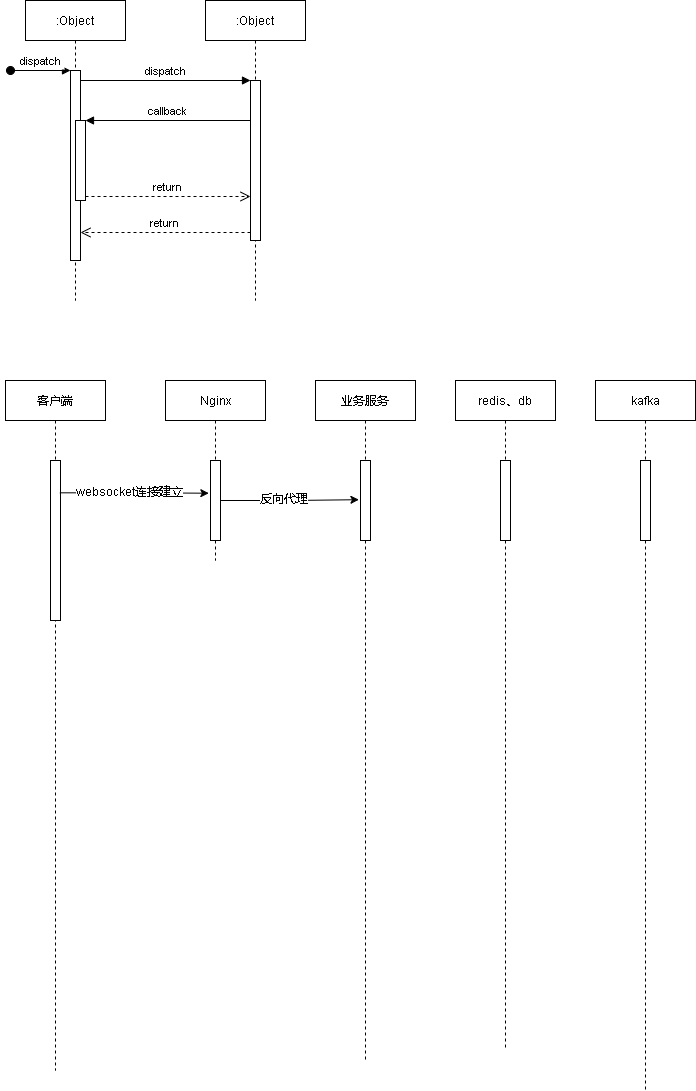
Before: cgopro关键业务.drawio.png, a diagram exported from draw.io (xktder/draw). Source tidied: cells renumbered, new cells last; positions are measured from the earlier drawing's top-left corner, leaving out a move shared by most shapes.
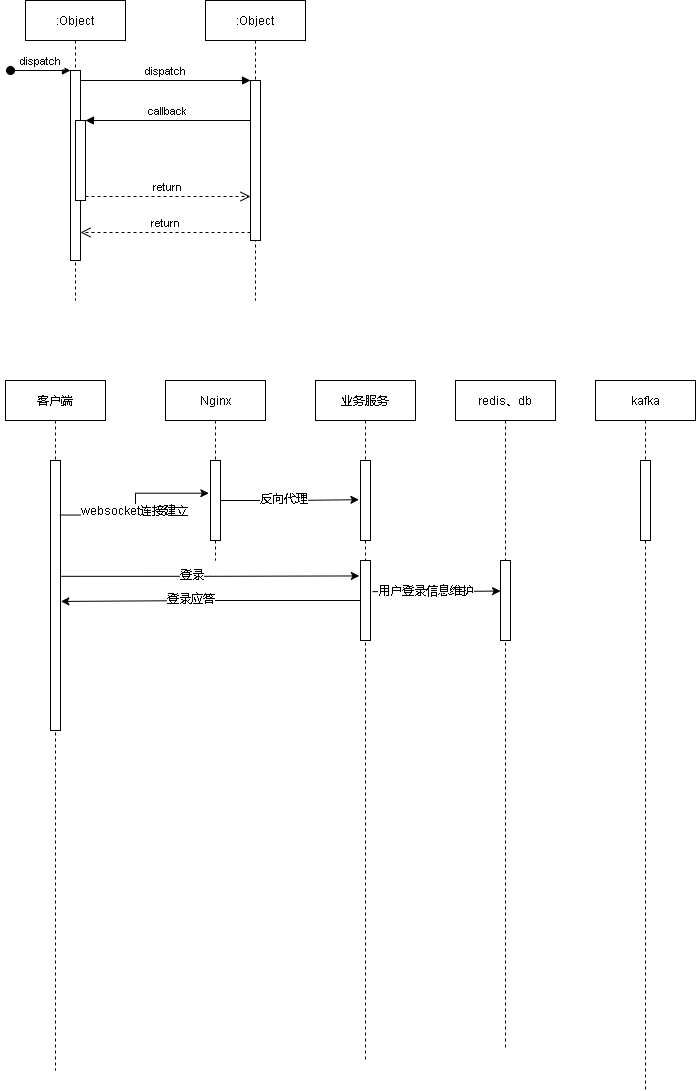
Above is the later version.

Commit message:
更新cgopro关键业务.drawio.png

The edit, as a diff of the source:
```diff
@@ -38,7 +38,7 @@
       <mxGeometry y="380" width="100" height="690" as="geometry" />
     </mxCell>
     <mxCell id="13" style="points=[];perimeter=orthogonalPerimeter;rounded=0;shadow=0;strokeWidth=1;" parent="12" vertex="1">
-      <mxGeometry x="45" y="80" width="10" height="160" as="geometry" />
+      <mxGeometry x="45" y="80" width="10" height="270" as="geometry" />
     </mxCell>
     <mxCell id="14" value="Nginx" style="shape=umlLifeline;perimeter=lifelinePerimeter;rounded=0;shadow=0;strokeWidth=1;" parent="1" vertex="1">
       <mxGeometry x="160" y="380" width="100" height="180" as="geometry" />
@@ -52,11 +52,14 @@
     <mxCell id="17" style="points=[];perimeter=orthogonalPerimeter;rounded=0;shadow=0;strokeWidth=1;" parent="16" vertex="1">
       <mxGeometry x="45" y="80" width="10" height="80" as="geometry" />
     </mxCell>
+    <mxCell id="26" style="points=[];perimeter=orthogonalPerimeter;rounded=0;shadow=0;strokeWidth=1;" parent="16" vertex="1">
+      <mxGeometry x="45" y="180" width="10" height="80" as="geometry" />
+    </mxCell>
     <mxCell id="18" value="redis、db" style="shape=umlLifeline;perimeter=lifelinePerimeter;rounded=0;shadow=0;strokeWidth=1;" parent="1" vertex="1">
       <mxGeometry x="450" y="380" width="100" height="670" as="geometry" />
     </mxCell>
     <mxCell id="19" style="points=[];perimeter=orthogonalPerimeter;rounded=0;shadow=0;strokeWidth=1;" parent="18" vertex="1">
-      <mxGeometry x="45" y="80" width="10" height="80" as="geometry" />
+      <mxGeometry x="45" y="180" width="10" height="80" as="geometry" />
     </mxCell>
     <mxCell id="20" value="kafka" style="shape=umlLifeline;perimeter=lifelinePerimeter;rounded=0;shadow=0;strokeWidth=1;" parent="1" vertex="1">
       <mxGeometry x="590" y="380" width="100" height="710" as="geometry" />
@@ -76,5 +79,23 @@
     <mxCell id="25" value="反向代理" style="edgeLabel;html=1;align=center;verticalAlign=middle;" parent="24" vertex="1">
       <mxGeometry x="-0.1" y="1" relative="1" as="geometry" />
     </mxCell>
+    <mxCell id="27" style="edgeStyle=orthogonalEdgeStyle;rounded=0;jettySize=auto;html=1;entryX=-0.114;entryY=0.193;entryDx=0;entryDy=0;entryPerimeter=0;exitX=1.08;exitY=0.429;exitDx=0;exitDy=0;exitPerimeter=0;" parent="1" edge="1" source="13" target="26">
+      <mxGeometry relative="1" as="geometry" />
+    </mxCell>
+    <mxCell id="28" value="登录" style="edgeLabel;html=1;align=center;verticalAlign=middle;" parent="27" vertex="1">
+      <mxGeometry x="-0.13" y="1" relative="1" as="geometry" />
+    </mxCell>
+    <mxCell id="29" style="edgeStyle=orthogonalEdgeStyle;rounded=0;jettySize=auto;html=1;entryX=1.034;entryY=0.522;entryDx=0;entryDy=0;entryPerimeter=0;" parent="1" edge="1" source="26" target="13">
+      <mxGeometry relative="1" as="geometry" />
+    </mxCell>
+    <mxCell id="30" value="登录应答" style="edgeLabel;html=1;align=center;verticalAlign=middle;" parent="29" vertex="1">
+      <mxGeometry x="0.14" y="-2" relative="1" as="geometry" />
+    </mxCell>
+    <mxCell id="31" style="edgeStyle=orthogonalEdgeStyle;rounded=0;jettySize=auto;html=1;entryX=0.007;entryY=0.382;entryDx=0;entryDy=0;entryPerimeter=0;exitX=1.207;exitY=0.389;exitDx=0;exitDy=0;exitPerimeter=0;" parent="1" edge="1" source="26" target="19">
+      <mxGeometry relative="1" as="geometry" />
+    </mxCell>
+    <mxCell id="32" value="用户登录信息维护" style="edgeLabel;html=1;align=center;verticalAlign=middle;" parent="31" vertex="1">
+      <mxGeometry x="-0.17" relative="1" as="geometry" />
+    </mxCell>
   </root>
 </mxGraphModel>
```
